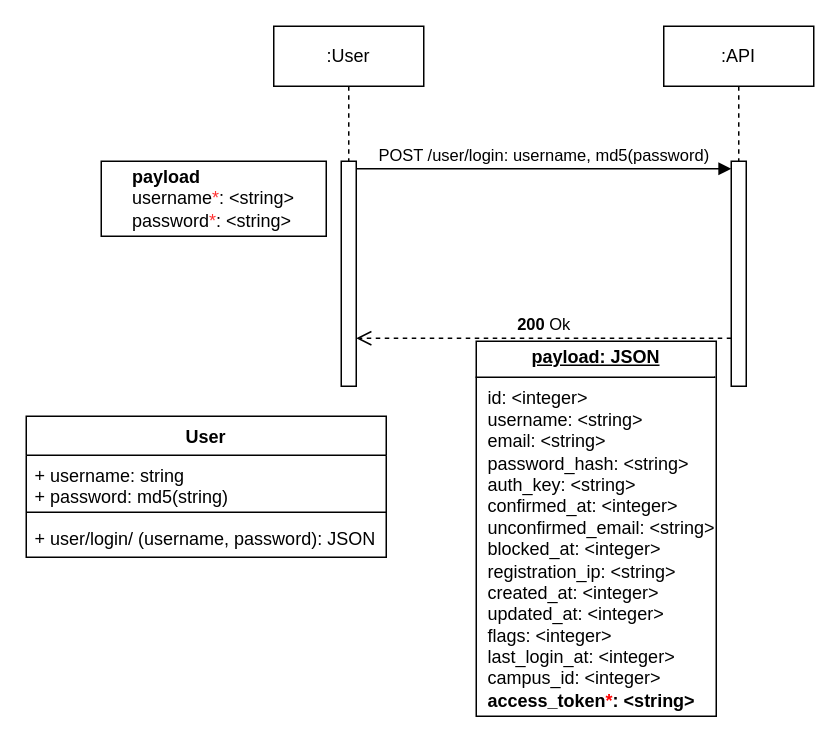
This is page "API Authorization Workflow" (1 of 6) of scholar-api-flows1.drawio from olougepa/scholar-api, a draw.io file, before an edit. Source tidied: cells renumbered, new cells numbered last; positions are measured from the earlier drawing's top-left corner, leaving out a move shared by most shapes. Both pictures are drawn from the tidied source at 150%, with x=0, y=0 at pixel (26, 26).
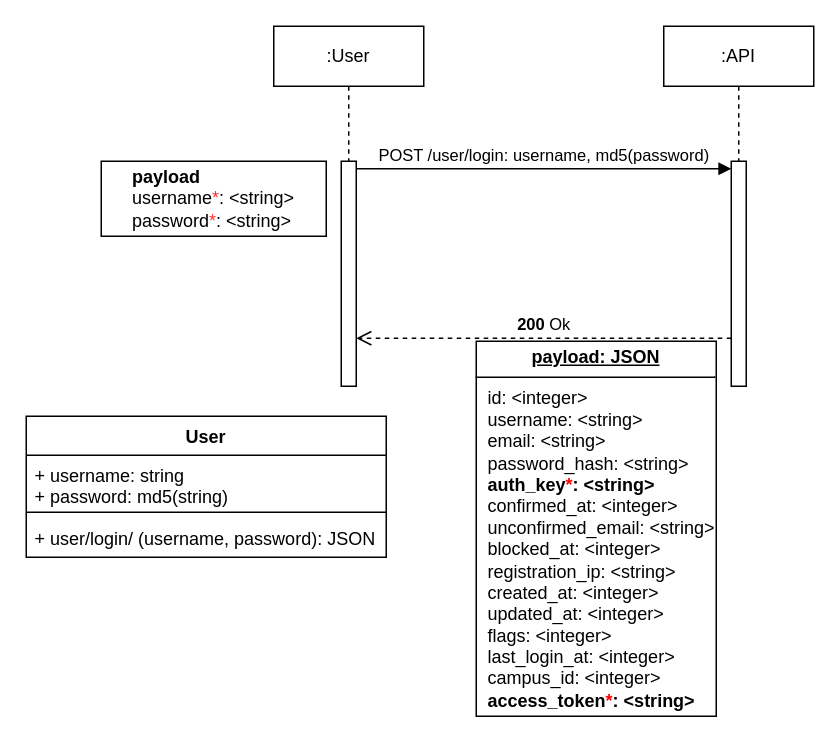
Above is the later version.

The edit, as a diff of the source:
```diff
@@
 <mxGraphModel>
   <root>
     <mxCell id="0" />
     <mxCell id="1" parent="0" />
     <mxCell id="2" value="User" style="swimlane;fontStyle=1;align=center;verticalAlign=top;horizontal=1;startSize=26;whiteSpace=wrap;html=1;" parent="1" vertex="1">
       <mxGeometry y="260" width="240" height="94" as="geometry" />
     </mxCell>
     <mxCell id="3" value="+ username: string&lt;div&gt;+ password: md5(string)&lt;/div&gt;" style="text;strokeColor=none;fillColor=none;align=left;verticalAlign=top;spacingLeft=4;spacingRight=4;overflow=hidden;whiteSpace=wrap;html=1;" parent="2" vertex="1">
       <mxGeometry y="26" width="240" height="34" as="geometry" />
     </mxCell>
     <mxCell id="4" style="line;strokeWidth=1;fillColor=none;align=left;verticalAlign=middle;spacingTop=-1;spacingLeft=3;spacingRight=3;labelPosition=right;strokeColor=inherit;" parent="2" vertex="1">
       <mxGeometry y="60" width="240" height="8" as="geometry" />
     </mxCell>
     <mxCell id="5" value="+ user/login/ (username, password): JSON" style="text;strokeColor=none;fillColor=none;align=left;verticalAlign=top;spacingLeft=4;spacingRight=4;overflow=hidden;whiteSpace=wrap;html=1;" parent="2" vertex="1">
       <mxGeometry y="68" width="240" height="26" as="geometry" />
     </mxCell>
     <mxCell id="6" style="html=1;points=[[0,0,0,0,5],[0,1,0,0,-5],[1,0,0,0,5],[1,1,0,0,-5]];perimeter=orthogonalPerimeter;outlineConnect=0;targetShapes=umlLifeline;portConstraint=eastwest;newEdgeStyle={&quot;curved&quot;:0,&quot;rounded&quot;:0};" parent="1" vertex="1">
       <mxGeometry x="470" y="90" width="10" height="150" as="geometry" />
     </mxCell>
     <mxCell id="7" value="POST /user/login: username, md5(password)" style="html=1;verticalAlign=bottom;endArrow=block;curved=0;rounded=0;entryX=0;entryY=0;entryDx=0;entryDy=5;" parent="1" edge="1" source="9" target="6">
       <mxGeometry relative="1" as="geometry" />
     </mxCell>
     <mxCell id="8" value="&lt;b&gt;200&lt;/b&gt; Ok" style="html=1;verticalAlign=bottom;endArrow=open;dashed=1;endSize=8;curved=0;rounded=0;" parent="1" edge="1" source="6">
       <mxGeometry relative="1" as="geometry">
         <mxPoint x="220" y="208" as="targetPoint" />
       </mxGeometry>
     </mxCell>
     <mxCell id="9" style="html=1;points=[[0,0,0,0,5],[0,1,0,0,-5],[1,0,0,0,5],[1,1,0,0,-5]];perimeter=orthogonalPerimeter;outlineConnect=0;targetShapes=umlLifeline;portConstraint=eastwest;newEdgeStyle={&quot;curved&quot;:0,&quot;rounded&quot;:0};" parent="1" vertex="1">
       <mxGeometry x="210" y="90" width="10" height="150" as="geometry" />
     </mxCell>
-    <mxCell id="10" value="&lt;p style=&quot;margin:0px;margin-top:4px;text-align:center;text-decoration:underline;&quot;&gt;&lt;b&gt;payload: JSON&lt;/b&gt;&lt;/p&gt;&lt;hr size=&quot;1&quot; style=&quot;border-style:solid;&quot;&gt;&lt;p style=&quot;margin:0px;margin-left:8px;&quot;&gt;id: &amp;lt;integer&amp;gt;&lt;br&gt;username: &amp;lt;string&amp;gt;&lt;br&gt;email: &amp;lt;string&amp;gt;&lt;/p&gt;&lt;p style=&quot;margin:0px;margin-left:8px;&quot;&gt;password_hash: &amp;lt;string&amp;gt;&lt;/p&gt;&lt;p style=&quot;margin:0px;margin-left:8px;&quot;&gt;auth_key: &amp;lt;string&amp;gt;&lt;/p&gt;&lt;p style=&quot;margin:0px;margin-left:8px;&quot;&gt;confirmed_at: &amp;lt;integer&amp;gt;&lt;/p&gt;&lt;p style=&quot;margin:0px;margin-left:8px;&quot;&gt;unconfirmed_email: &amp;lt;string&amp;gt;&lt;/p&gt;&lt;p style=&quot;margin:0px;margin-left:8px;&quot;&gt;blocked_at: &amp;lt;integer&amp;gt;&lt;/p&gt;&lt;p style=&quot;margin:0px;margin-left:8px;&quot;&gt;registration_ip: &amp;lt;string&amp;gt;&lt;/p&gt;&lt;p style=&quot;margin:0px;margin-left:8px;&quot;&gt;created_at: &amp;lt;integer&amp;gt;&lt;/p&gt;&lt;p style=&quot;margin:0px;margin-left:8px;&quot;&gt;updated_at: &amp;lt;integer&amp;gt;&lt;/p&gt;&lt;p style=&quot;margin:0px;margin-left:8px;&quot;&gt;flags: &amp;lt;integer&amp;gt;&lt;/p&gt;&lt;p style=&quot;margin:0px;margin-left:8px;&quot;&gt;last_login_at: &amp;lt;integer&amp;gt;&lt;/p&gt;&lt;p style=&quot;margin:0px;margin-left:8px;&quot;&gt;campus_id: &amp;lt;integer&amp;gt;&lt;/p&gt;&lt;p style=&quot;margin:0px;margin-left:8px;&quot;&gt;&lt;b&gt;access_token&lt;font color=&quot;#ff0000&quot;&gt;*&lt;/font&gt;: &amp;lt;string&amp;gt;&lt;/b&gt;&lt;/p&gt;" style="verticalAlign=top;align=left;overflow=fill;html=1;whiteSpace=wrap;" parent="1" vertex="1">
+    <mxCell id="10" value="&lt;p style=&quot;margin:0px;margin-top:4px;text-align:center;text-decoration:underline;&quot;&gt;&lt;b&gt;payload: JSON&lt;/b&gt;&lt;/p&gt;&lt;hr size=&quot;1&quot; style=&quot;border-style:solid;&quot;&gt;&lt;p style=&quot;margin:0px;margin-left:8px;&quot;&gt;id: &amp;lt;integer&amp;gt;&lt;br&gt;username: &amp;lt;string&amp;gt;&lt;br&gt;email: &amp;lt;string&amp;gt;&lt;/p&gt;&lt;p style=&quot;margin:0px;margin-left:8px;&quot;&gt;password_hash: &amp;lt;string&amp;gt;&lt;/p&gt;&lt;p style=&quot;margin:0px;margin-left:8px;&quot;&gt;&lt;b&gt;auth_key&lt;font color=&quot;#ff0000&quot;&gt;*&lt;/font&gt;: &amp;lt;string&amp;gt;&lt;/b&gt;&lt;/p&gt;&lt;p style=&quot;margin:0px;margin-left:8px;&quot;&gt;confirmed_at: &amp;lt;integer&amp;gt;&lt;/p&gt;&lt;p style=&quot;margin:0px;margin-left:8px;&quot;&gt;unconfirmed_email: &amp;lt;string&amp;gt;&lt;/p&gt;&lt;p style=&quot;margin:0px;margin-left:8px;&quot;&gt;blocked_at: &amp;lt;integer&amp;gt;&lt;/p&gt;&lt;p style=&quot;margin:0px;margin-left:8px;&quot;&gt;registration_ip: &amp;lt;string&amp;gt;&lt;/p&gt;&lt;p style=&quot;margin:0px;margin-left:8px;&quot;&gt;created_at: &amp;lt;integer&amp;gt;&lt;/p&gt;&lt;p style=&quot;margin:0px;margin-left:8px;&quot;&gt;updated_at: &amp;lt;integer&amp;gt;&lt;/p&gt;&lt;p style=&quot;margin:0px;margin-left:8px;&quot;&gt;flags: &amp;lt;integer&amp;gt;&lt;/p&gt;&lt;p style=&quot;margin:0px;margin-left:8px;&quot;&gt;last_login_at: &amp;lt;integer&amp;gt;&lt;/p&gt;&lt;p style=&quot;margin:0px;margin-left:8px;&quot;&gt;campus_id: &amp;lt;integer&amp;gt;&lt;/p&gt;&lt;p style=&quot;margin:0px;margin-left:8px;&quot;&gt;&lt;b&gt;access_token&lt;font color=&quot;#ff0000&quot;&gt;*&lt;/font&gt;: &amp;lt;string&amp;gt;&lt;/b&gt;&lt;/p&gt;" style="verticalAlign=top;align=left;overflow=fill;html=1;whiteSpace=wrap;" parent="1" vertex="1">
       <mxGeometry x="300" y="210" width="160" height="250" as="geometry" />
     </mxCell>
     <mxCell id="11" value=":User" style="shape=umlLifeline;perimeter=lifelinePerimeter;whiteSpace=wrap;html=1;newEdgeStyle={&quot;curved&quot;:0,&quot;rounded&quot;:0};" parent="1" vertex="1">
       <mxGeometry x="165" width="100" height="90" as="geometry" />
     </mxCell>
     <mxCell id="12" value=":API" style="shape=umlLifeline;perimeter=lifelinePerimeter;whiteSpace=wrap;html=1;newEdgeStyle={&quot;curved&quot;:0,&quot;rounded&quot;:0};" parent="1" vertex="1">
       <mxGeometry x="425" width="100" height="90" as="geometry" />
     </mxCell>
     <mxCell id="13" value="&lt;div style=&quot;text-align: left;&quot;&gt;&lt;b style=&quot;background-color: initial;&quot;&gt;payload&lt;/b&gt;&lt;/div&gt;&lt;div style=&quot;text-align: left;&quot;&gt;username&lt;font color=&quot;#ff3333&quot;&gt;*&lt;/font&gt;: &amp;lt;string&amp;gt;&lt;/div&gt;&lt;div style=&quot;text-align: left;&quot;&gt;password&lt;font color=&quot;#ff3333&quot;&gt;*&lt;/font&gt;: &amp;lt;string&amp;gt;&lt;/div&gt;" style="html=1;whiteSpace=wrap;" parent="1" vertex="1">
       <mxGeometry x="50" y="90" width="150" height="50" as="geometry" />
     </mxCell>
   </root>
 </mxGraphModel>
```
